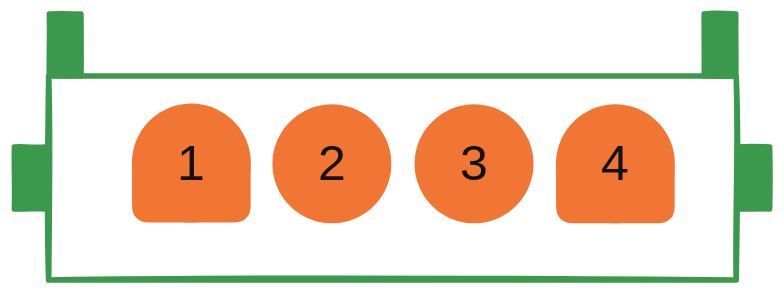
This is source/_static/90a0/motor_power.excalidraw.svg from Project-YXKJ/SilverStarSCS.Docs-zh-cn, a Excalidraw export, as it was before one commit. Source tidied: one line per element, renumbered; positions are measured from the earlier drawing's top-left corner, leaving out a move shared by most shapes.
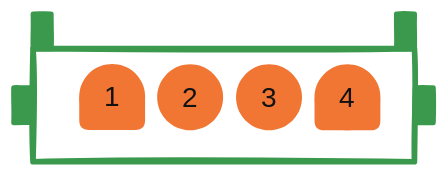
Above is the later version.

Change to the diagram source:
```diff
@@ -1,15 +1,15 @@
-{"id": 0, "type": "ellipse", "strokeColor": "transparent", "backgroundColor": "#e8590c", "fillStyle": "solid", "strokeWidth": 2, "roughness": 0, "round": true, "x": 95, "y": 53, "width": 85, "height": 85}
+{"id": 0, "type": "ellipse", "strokeColor": "transparent", "backgroundColor": "#e8590c", "fillStyle": "solid", "strokeWidth": 2, "roughness": 0, "round": true, "x": 82, "y": 36, "width": 47, "height": 47}
-{"id": 1, "type": "rectangle", "strokeColor": "transparent", "angle": 1.57, "backgroundColor": "#e8590c", "fillStyle": "solid", "strokeWidth": 2, "roughness": 0, "round": true, "x": 112, "y": 71, "width": 50, "height": 85}
+{"id": 1, "type": "rectangle", "strokeColor": "transparent", "angle": 1.57, "backgroundColor": "#e8590c", "fillStyle": "solid", "strokeWidth": 2, "roughness": 0, "round": true, "x": 92, "y": 46, "width": 28, "height": 47}
-{"id": 2, "type": "text", "text": "1", "strokeColor": "#ffffff", "backgroundColor": "#e8590c", "fillStyle": "solid", "strokeWidth": 2, "roughness": 0, "fontSize": 36, "fontFamily": 6, "textAlign": "center", "x": 126, "y": 71, "width": 22, "height": 49}
+{"id": 2, "type": "text", "text": "1", "strokeColor": "#ffffff", "backgroundColor": "#e8590c", "fillStyle": "solid", "strokeWidth": 2, "roughness": 0, "fontSize": 19.96, "fontFamily": 6, "textAlign": "center", "x": 99, "y": 46, "width": 12, "height": 27}
-{"id": 3, "type": "ellipse", "strokeColor": "transparent", "backgroundColor": "#e8590c", "fillStyle": "solid", "strokeWidth": 2, "roughness": 0, "round": true, "x": 398, "y": 54, "width": 85, "height": 85}
+{"id": 3, "type": "ellipse", "strokeColor": "transparent", "backgroundColor": "#e8590c", "fillStyle": "solid", "strokeWidth": 2, "roughness": 0, "round": true, "x": 250, "y": 36, "width": 47, "height": 47}
-{"id": 4, "type": "rectangle", "strokeColor": "transparent", "angle": 1.57, "backgroundColor": "#e8590c", "fillStyle": "solid", "strokeWidth": 2, "roughness": 0, "round": true, "x": 415, "y": 71, "width": 50, "height": 85}
+{"id": 4, "type": "rectangle", "strokeColor": "transparent", "angle": 1.57, "backgroundColor": "#e8590c", "fillStyle": "solid", "strokeWidth": 2, "roughness": 0, "round": true, "x": 260, "y": 46, "width": 28, "height": 47}
-{"id": 5, "type": "text", "text": "4", "strokeColor": "#ffffff", "backgroundColor": "#e8590c", "fillStyle": "solid", "strokeWidth": 2, "roughness": 0, "fontSize": 36, "fontFamily": 6, "textAlign": "center", "x": 429, "y": 72, "width": 22, "height": 49}
+{"id": 5, "type": "text", "text": "4", "strokeColor": "#ffffff", "backgroundColor": "#e8590c", "fillStyle": "solid", "strokeWidth": 2, "roughness": 0, "fontSize": 19.96, "fontFamily": 6, "textAlign": "center", "x": 267, "y": 46, "width": 12, "height": 27}
-{"id": 6, "type": "ellipse", "strokeColor": "transparent", "backgroundColor": "#e8590c", "fillStyle": "solid", "strokeWidth": 2, "roughness": 0, "round": true, "x": 195, "y": 54, "width": 85, "height": 85}
+{"id": 6, "type": "ellipse", "strokeColor": "transparent", "backgroundColor": "#e8590c", "fillStyle": "solid", "strokeWidth": 2, "roughness": 0, "round": true, "x": 138, "y": 36, "width": 47, "height": 47}
-{"id": 7, "type": "text", "text": "2", "strokeColor": "#ffffff", "backgroundColor": "#e8590c", "fillStyle": "solid", "strokeWidth": 2, "roughness": 0, "fontSize": 36, "fontFamily": 6, "textAlign": "center", "x": 227, "y": 72, "width": 22, "height": 49}
+{"id": 7, "type": "text", "text": "2", "strokeColor": "#ffffff", "backgroundColor": "#e8590c", "fillStyle": "solid", "strokeWidth": 2, "roughness": 0, "fontSize": 19.96, "fontFamily": 6, "textAlign": "center", "x": 155, "y": 46, "width": 12, "height": 27}
-{"id": 8, "type": "ellipse", "strokeColor": "transparent", "backgroundColor": "#e8590c", "fillStyle": "solid", "strokeWidth": 2, "roughness": 0, "round": true, "x": 297, "y": 54, "width": 85, "height": 85}
+{"id": 8, "type": "ellipse", "strokeColor": "transparent", "backgroundColor": "#e8590c", "fillStyle": "solid", "strokeWidth": 2, "roughness": 0, "round": true, "x": 194, "y": 36, "width": 47, "height": 47}
-{"id": 9, "type": "text", "text": "3", "strokeColor": "#ffffff", "backgroundColor": "#e8590c", "fillStyle": "solid", "strokeWidth": 2, "roughness": 0, "fontSize": 36, "fontFamily": 6, "textAlign": "center", "x": 328, "y": 72, "width": 22, "height": 49}
+{"id": 9, "type": "text", "text": "3", "strokeColor": "#ffffff", "backgroundColor": "#e8590c", "fillStyle": "solid", "strokeWidth": 2, "roughness": 0, "fontSize": 19.96, "fontFamily": 6, "textAlign": "center", "x": 211, "y": 46, "width": 12, "height": 27}
-{"id": 10, "type": "rectangle", "strokeColor": "#2f9e44", "strokeWidth": 4, "roughness": 1, "x": 35, "y": 33, "width": 491, "height": 146}
+{"id": 10, "type": "rectangle", "strokeColor": "#2f9e44", "strokeWidth": 4, "roughness": 1, "x": 49, "y": 25, "width": 272, "height": 81}
-{"id": 11, "type": "rectangle", "strokeColor": "#2f9e44", "angle": 4.71, "backgroundColor": "#2f9e44", "fillStyle": "solid", "strokeWidth": 4, "roughness": 1, "x": 0, "y": 95, "width": 44, "height": 23}
+{"id": 11, "type": "rectangle", "strokeColor": "#2f9e44", "angle": 4.71, "backgroundColor": "#2f9e44", "fillStyle": "solid", "strokeWidth": 4, "roughness": 1, "x": 29, "y": 59, "width": 24, "height": 12}
-{"id": 12, "type": "rectangle", "strokeColor": "#2f9e44", "angle": 1.57, "backgroundColor": "#2f9e44", "fillStyle": "solid", "strokeWidth": 4, "roughness": 1, "x": 517, "y": 95, "width": 44, "height": 23}
+{"id": 12, "type": "rectangle", "strokeColor": "#2f9e44", "angle": 1.57, "backgroundColor": "#2f9e44", "fillStyle": "solid", "strokeWidth": 4, "roughness": 1, "x": 316, "y": 59, "width": 24, "height": 12}
-{"id": 13, "type": "rectangle", "strokeColor": "#2f9e44", "angle": 4.71, "backgroundColor": "#2f9e44", "fillStyle": "solid", "strokeWidth": 4, "roughness": 1, "x": 25, "y": 0, "width": 44, "height": 23}
+{"id": 13, "type": "rectangle", "strokeColor": "#2f9e44", "angle": 4.71, "backgroundColor": "#2f9e44", "fillStyle": "solid", "strokeWidth": 4, "roughness": 1, "x": 43, "y": 6, "width": 24, "height": 12}
-{"id": 14, "type": "rectangle", "strokeColor": "#2f9e44", "angle": 4.71, "backgroundColor": "#2f9e44", "fillStyle": "solid", "strokeWidth": 4, "roughness": 1, "x": 493, "y": 0, "width": 44, "height": 23}
+{"id": 14, "type": "rectangle", "strokeColor": "#2f9e44", "angle": 4.71, "backgroundColor": "#2f9e44", "fillStyle": "solid", "strokeWidth": 4, "roughness": 1, "x": 303, "y": 6, "width": 24, "height": 12}
```
